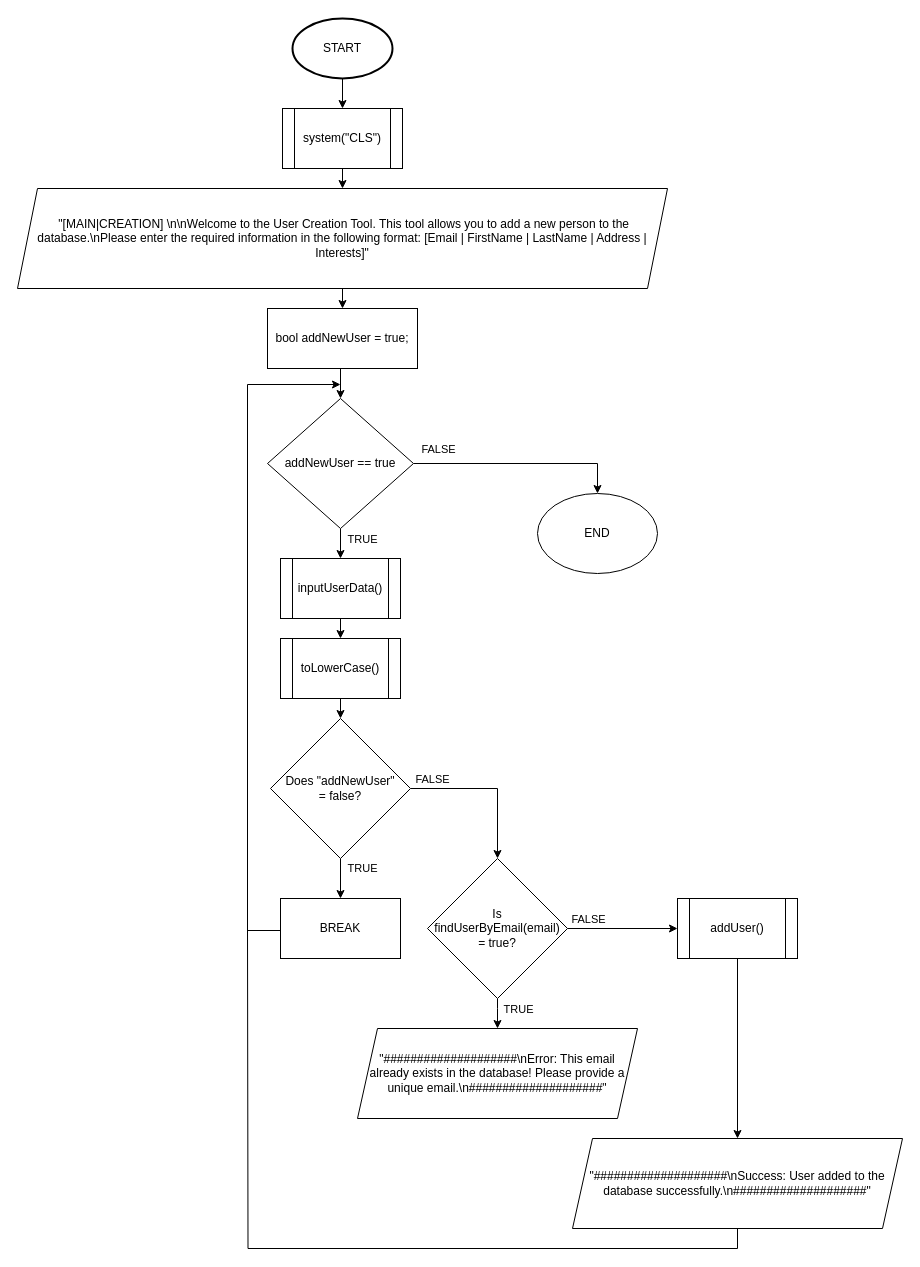
The draw.io diagram Doc/Block_Schemes/userCreator.drawio in HyperekDerg/HiveHub, before the edit. Source tidied: cells renumbered, new cells numbered last; positions are measured from the earlier drawing's top-left corner, leaving out a move shared by most shapes. Both pictures are drawn from the tidied source at 100%, with x=0, y=0 at pixel (17, 18).
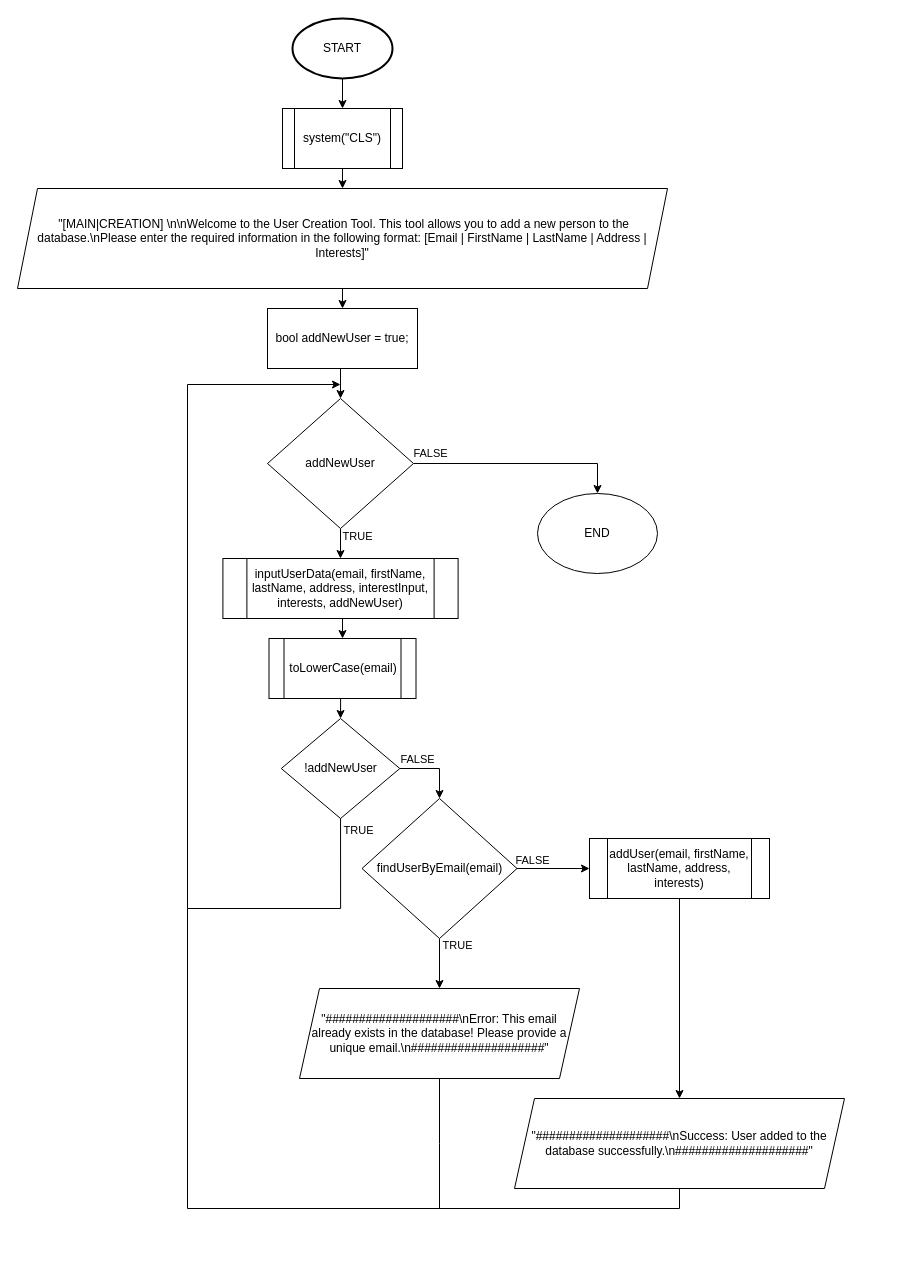
The same page after the edit.

The change refers to these unchanged cells:
```xml
<mxCell id="10" style="edgeStyle=orthogonalEdgeStyle;rounded=0;jettySize=auto;html=1;exitX=1;exitY=0.5;exitDx=0;exitDy=0;entryX=0.5;entryY=0;entryDx=0;entryDy=0;" parent="1" edge="1" source="14" target="15">
  <mxGeometry relative="1" as="geometry" />
</mxCell>
<mxCell id="12" style="edgeStyle=orthogonalEdgeStyle;rounded=0;jettySize=auto;html=1;exitX=0.5;exitY=1;exitDx=0;exitDy=0;entryX=0.5;entryY=0;entryDx=0;entryDy=0;" parent="1" edge="1" source="14" target="17">
  <mxGeometry relative="1" as="geometry" />
</mxCell>
<mxCell id="20" style="edgeStyle=orthogonalEdgeStyle;rounded=0;jettySize=auto;html=1;exitX=1;exitY=0.5;exitDx=0;exitDy=0;entryX=0.5;entryY=0;entryDx=0;entryDy=0;" parent="1" edge="1" source="24" target="29">
  <mxGeometry relative="1" as="geometry" />
</mxCell>
<mxCell id="27" style="edgeStyle=orthogonalEdgeStyle;rounded=0;jettySize=auto;html=1;exitX=1;exitY=0.5;exitDx=0;exitDy=0;entryX=0;entryY=0.5;entryDx=0;entryDy=0;" parent="1" edge="1" source="29" target="32">
  <mxGeometry relative="1" as="geometry" />
</mxCell>
```

What changed in the source:
```diff
@@
     <mxCell id="11" value="FALSE" style="edgeLabel;html=1;align=center;verticalAlign=middle;" parent="10" vertex="1">
       <mxGeometry x="-0.75" relative="1" as="geometry">
-        <mxPoint x="-3" y="-15" as="offset" />
+        <mxPoint x="-11" y="-11" as="offset" />
       </mxGeometry>
     </mxCell>
@@
     <mxCell id="13" value="TRUE" style="edgeLabel;html=1;align=center;verticalAlign=middle;" parent="12" vertex="1">
       <mxGeometry x="-0.06" relative="1" as="geometry">
-        <mxPoint x="21" y="-4" as="offset" />
+        <mxPoint x="16" y="-7" as="offset" />
       </mxGeometry>
     </mxCell>
-    <mxCell id="14" value="addNewUser == true" style="rhombus;whiteSpace=wrap;html=1;" parent="1" vertex="1">
+    <mxCell id="14" value="addNewUser" style="rhombus;whiteSpace=wrap;html=1;" parent="1" vertex="1">
       <mxGeometry x="250" y="380" width="146" height="130" as="geometry" />
     </mxCell>
@@
-    <mxCell id="17" value="inputUserData()" style="shape=process;whiteSpace=wrap;html=1;backgroundOutline=1;" parent="1" vertex="1">
-      <mxGeometry x="263" y="540" width="120" height="60" as="geometry" />
+    <mxCell id="17" value="inputUserData(email, firstName, lastName, address, interestInput, interests, addNewUser)" style="shape=process;whiteSpace=wrap;html=1;backgroundOutline=1;" parent="1" vertex="1">
+      <mxGeometry x="205.4" y="540" width="235.2" height="60" as="geometry" />
     </mxCell>
@@
-    <mxCell id="19" value="toLowerCase()" style="shape=process;whiteSpace=wrap;html=1;backgroundOutline=1;" parent="1" vertex="1">
-      <mxGeometry x="263" y="620" width="120" height="60" as="geometry" />
+    <mxCell id="19" value="toLowerCase(email)" style="shape=process;whiteSpace=wrap;html=1;backgroundOutline=1;" parent="1" vertex="1">
+      <mxGeometry x="251.5" y="620" width="147" height="60" as="geometry" />
     </mxCell>
@@
     <mxCell id="21" value="FALSE" style="edgeLabel;html=1;align=center;verticalAlign=middle;" parent="20" vertex="1">
       <mxGeometry x="-0.73" relative="1" as="geometry">
-        <mxPoint y="-10" as="offset" />
+        <mxPoint x="8" y="-10" as="offset" />
       </mxGeometry>
     </mxCell>
-    <mxCell id="22" style="edgeStyle=orthogonalEdgeStyle;rounded=0;jettySize=auto;html=1;exitX=0.5;exitY=1;exitDx=0;exitDy=0;entryX=0.5;entryY=0;entryDx=0;entryDy=0;" parent="1" edge="1" source="24" target="36">
-      <mxGeometry relative="1" as="geometry" />
-    </mxCell>
-    <mxCell id="23" value="TRUE" style="edgeLabel;html=1;align=center;verticalAlign=middle;" parent="22" vertex="1">
-      <mxGeometry x="-0.56" y="3" relative="1" as="geometry">
-        <mxPoint x="18" as="offset" />
-      </mxGeometry>
-    </mxCell>
-    <mxCell id="24" value="Does &quot;addNewUser&quot; &lt;br&gt;= false?" style="rhombus;whiteSpace=wrap;html=1;" parent="1" vertex="1">
-      <mxGeometry x="253" y="700" width="140" height="140" as="geometry" />
+    <mxCell id="24" value="!addNewUser" style="rhombus;whiteSpace=wrap;html=1;" parent="1" vertex="1">
+      <mxGeometry x="263.8" y="700" width="118.5" height="100" as="geometry" />
     </mxCell>
-    <mxCell id="25" style="edgeStyle=orthogonalEdgeStyle;rounded=0;jettySize=auto;html=1;exitX=0.5;exitY=1;exitDx=0;exitDy=0;entryX=0.5;entryY=0;entryDx=0;entryDy=0;" parent="1" edge="1" source="29" target="30">
-      <mxGeometry relative="1" as="geometry">
-        <Array as="points">
-          <mxPoint x="480" y="990" />
-          <mxPoint x="480" y="990" />
-        </Array>
-      </mxGeometry>
-    </mxCell>
-    <mxCell id="26" value="TRUE" style="edgeLabel;html=1;align=center;verticalAlign=middle;" parent="25" vertex="1">
-      <mxGeometry x="-0.52" y="2" relative="1" as="geometry">
-        <mxPoint x="18" y="3" as="offset" />
-      </mxGeometry>
-    </mxCell>
@@
     <mxCell id="28" value="FALSE" style="edgeLabel;html=1;align=center;verticalAlign=middle;" parent="27" vertex="1">
       <mxGeometry x="-0.42" y="-1" relative="1" as="geometry">
-        <mxPoint x="-12" y="-11" as="offset" />
+        <mxPoint x="-6" y="-10" as="offset" />
       </mxGeometry>
     </mxCell>
+    <mxCell id="25" style="edgeStyle=orthogonalEdgeStyle;rounded=0;jettySize=auto;html=1;exitX=0.5;exitY=1;exitDx=0;exitDy=0;entryX=0.5;entryY=0;entryDx=0;entryDy=0;" parent="1" edge="1" source="29" target="30">
+      <mxGeometry relative="1" as="geometry" />
+    </mxCell>
+    <mxCell id="37" value="TRUE" style="edgeLabel;html=1;align=center;verticalAlign=middle;" parent="25" vertex="1">
+      <mxGeometry x="-0.4" y="-5" relative="1" as="geometry">
+        <mxPoint x="22" y="-9" as="offset" />
+      </mxGeometry>
+    </mxCell>
-    <mxCell id="29" value="Is findUserByEmail(email)&lt;br&gt;= true?" style="rhombus;whiteSpace=wrap;html=1;" parent="1" vertex="1">
-      <mxGeometry x="410" y="840" width="140" height="140" as="geometry" />
+    <mxCell id="29" value="findUserByEmail(email)" style="rhombus;whiteSpace=wrap;html=1;" parent="1" vertex="1">
+      <mxGeometry x="344.5" y="780" width="155" height="140" as="geometry" />
     </mxCell>
+    <mxCell id="38" style="edgeStyle=orthogonalEdgeStyle;rounded=0;jettySize=auto;html=1;exitX=0.5;exitY=1;exitDx=0;exitDy=0;endArrow=none;endFill=0;" parent="1" edge="1" source="30">
+      <mxGeometry relative="1" as="geometry">
+        <mxPoint x="422" y="1190" as="targetPoint" />
+      </mxGeometry>
+    </mxCell>
     <mxCell id="30" value="&quot;####################\nError: This email already exists in the database! Please provide a unique email.\n####################&quot;" style="shape=parallelogram;perimeter=parallelogramPerimeter;whiteSpace=wrap;html=1;fixedSize=1;" parent="1" vertex="1">
-      <mxGeometry x="340" y="1010" width="280" height="90" as="geometry" />
+      <mxGeometry x="282" y="970" width="280" height="90" as="geometry" />
     </mxCell>
@@
-    <mxCell id="32" value="addUser()" style="shape=process;whiteSpace=wrap;html=1;backgroundOutline=1;" parent="1" vertex="1">
-      <mxGeometry x="660" y="880" width="120" height="60" as="geometry" />
+    <mxCell id="32" value="addUser(email, firstName, lastName, address, interests)" style="shape=process;whiteSpace=wrap;html=1;backgroundOutline=1;" parent="1" vertex="1">
+      <mxGeometry x="572" y="820" width="180" height="60" as="geometry" />
     </mxCell>
     <mxCell id="33" style="edgeStyle=orthogonalEdgeStyle;rounded=0;jettySize=auto;html=1;exitX=0.5;exitY=1;exitDx=0;exitDy=0;endArrow=none;endFill=0;" parent="1" edge="1" source="34">
       <mxGeometry relative="1" as="geometry">
-        <mxPoint x="230" y="910" as="targetPoint" />
+        <mxPoint x="170" y="890" as="targetPoint" />
+        <Array as="points">
+          <mxPoint x="662" y="1190" />
+          <mxPoint x="170" y="1190" />
+        </Array>
       </mxGeometry>
     </mxCell>
     <mxCell id="34" value="&quot;####################\nSuccess: User added to the database successfully.\n####################&quot;" style="shape=parallelogram;perimeter=parallelogramPerimeter;whiteSpace=wrap;html=1;fixedSize=1;" parent="1" vertex="1">
-      <mxGeometry x="555" y="1120" width="330" height="90" as="geometry" />
+      <mxGeometry x="497" y="1080" width="330" height="90" as="geometry" />
     </mxCell>
-    <mxCell id="35" style="edgeStyle=orthogonalEdgeStyle;rounded=0;jettySize=auto;html=1;exitX=0;exitY=0.5;exitDx=0;exitDy=0;" parent="1" edge="1" source="36">
+    <mxCell id="35" style="edgeStyle=orthogonalEdgeStyle;rounded=0;jettySize=auto;html=1;exitX=0.5;exitY=1;exitDx=0;exitDy=0;" parent="1" edge="1" source="24">
       <mxGeometry relative="1" as="geometry">
         <mxPoint x="323" y="366" as="targetPoint" />
         <Array as="points">
-          <mxPoint x="263" y="912" />
-          <mxPoint x="230" y="912" />
-          <mxPoint x="230" y="366" />
+          <mxPoint x="323" y="890" />
+          <mxPoint x="170" y="890" />
+          <mxPoint x="170" y="366" />
         </Array>
       </mxGeometry>
     </mxCell>
-    <mxCell id="36" value="BREAK" style="rounded=0;whiteSpace=wrap;html=1;" parent="1" vertex="1">
-      <mxGeometry x="263" y="880" width="120" height="60" as="geometry" />
-    </mxCell>
+    <mxCell id="39" value="TRUE" style="edgeLabel;html=1;align=center;verticalAlign=middle;" parent="35" vertex="1">
+      <mxGeometry x="-0.94" y="3" relative="1" as="geometry">
+        <mxPoint x="14" y="-16" as="offset" />
+      </mxGeometry>
+    </mxCell>
```
